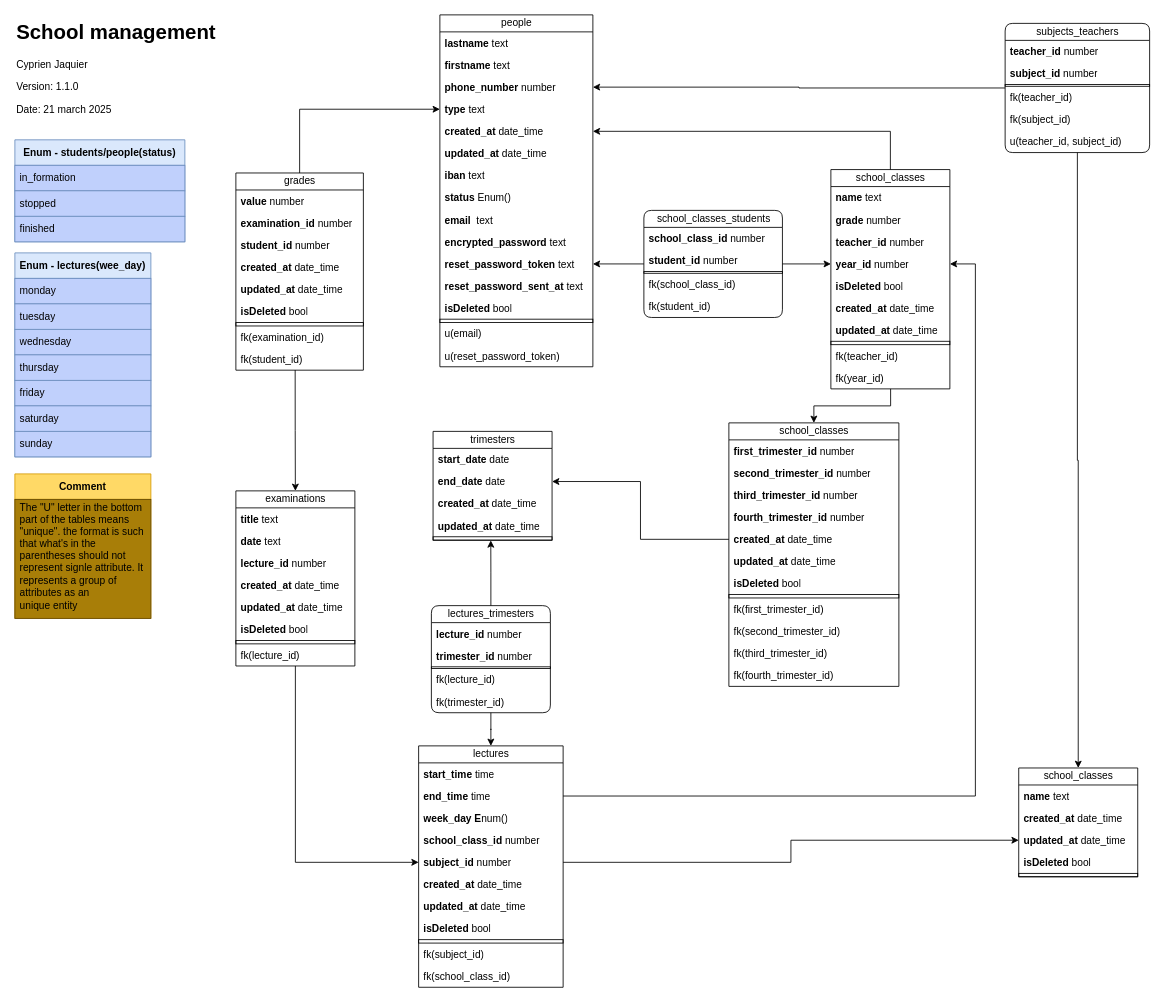
This is doc/CURRENT_DB/MLD.drawio from Cyprien-png/ROR-School-management, a draw.io file, before an edit. Source tidied: cells renumbered, new cells numbered last; positions are measured from the earlier drawing's top-left corner, leaving out a move shared by most shapes. Both pictures are drawn from the tidied source at 85%, with x=0, y=0 at pixel (14, 14).
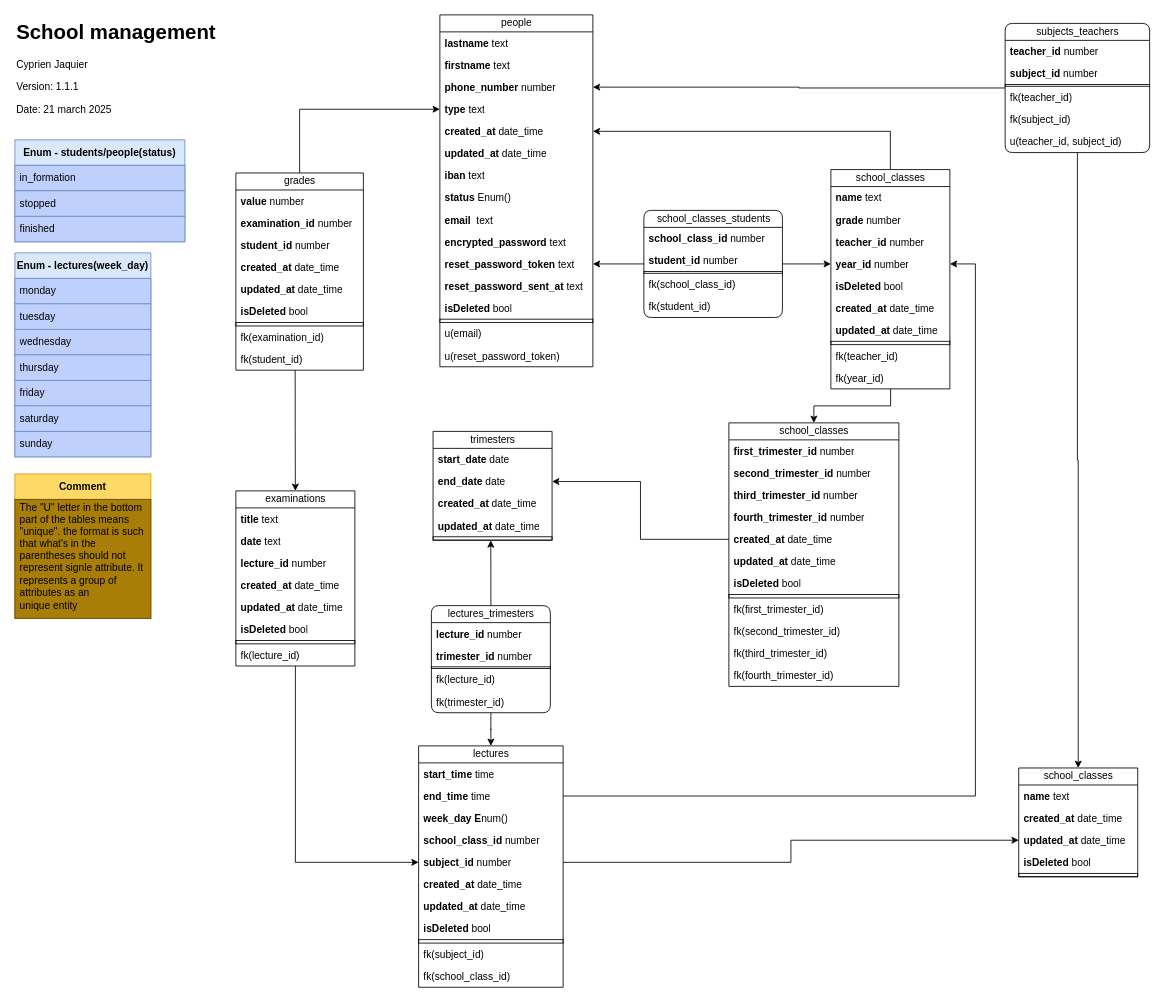
The same diagram, later.

Commit message (it also covers changes not shown here):
chore: fix typo in LDM

What changed in the source:
```diff
@@
-    <mxCell id="35" value="&lt;h1 style=&quot;margin-top: 0px;&quot;&gt;School management&lt;/h1&gt;&lt;p&gt;Cyprien Jaquier&lt;/p&gt;&lt;p&gt;Version: 1.1.0&lt;/p&gt;&lt;p&gt;Date: 2&lt;span style=&quot;background-color: transparent; color: light-dark(rgb(0, 0, 0), rgb(255, 255, 255));&quot;&gt;1 march 2025&lt;/span&gt;&lt;/p&gt;" style="text;html=1;whiteSpace=wrap;overflow=hidden;rounded=0;" parent="1" vertex="1">
+    <mxCell id="35" value="&lt;h1 style=&quot;margin-top: 0px;&quot;&gt;School management&lt;/h1&gt;&lt;p&gt;Cyprien Jaquier&lt;/p&gt;&lt;p&gt;Version: 1.1.1&lt;/p&gt;&lt;p&gt;Date: 2&lt;span style=&quot;background-color: transparent; color: light-dark(rgb(0, 0, 0), rgb(255, 255, 255));&quot;&gt;1 march 2025&lt;/span&gt;&lt;/p&gt;" style="text;html=1;whiteSpace=wrap;overflow=hidden;rounded=0;" parent="1" vertex="1">
       <mxGeometry width="260" height="120" as="geometry" />
     </mxCell>
@@
-    <mxCell id="126" value="&lt;b style=&quot;border-color: var(--border-color);&quot;&gt;Enum - lectures(wee_day)&lt;/b&gt;" style="swimlane;fontStyle=0;horizontal=1;startSize=30;whiteSpace=wrap;html=1;fillColor=#dae8fc;strokeColor=#6c8ebf;" parent="1" vertex="1">
+    <mxCell id="126" value="&lt;b style=&quot;border-color: var(--border-color);&quot;&gt;Enum - lectures(week_day)&lt;/b&gt;" style="swimlane;fontStyle=0;horizontal=1;startSize=30;whiteSpace=wrap;html=1;fillColor=#dae8fc;strokeColor=#6c8ebf;" parent="1" vertex="1">
       <mxGeometry y="280" width="160" height="240" as="geometry" />
     </mxCell>
```
